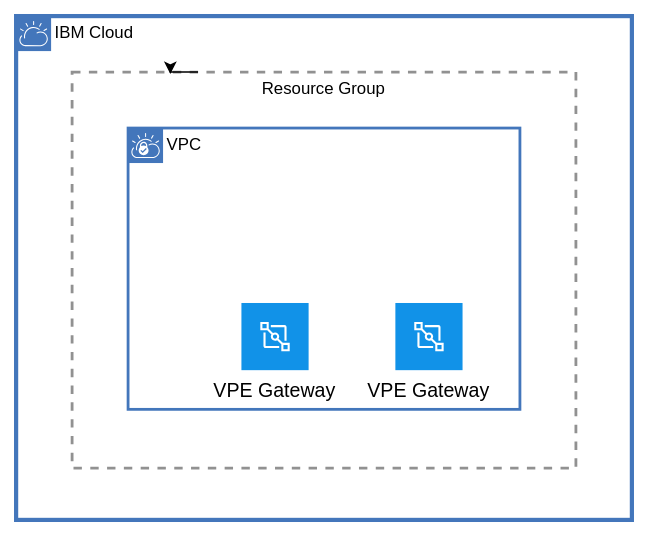
Before: reference-architecture/vpe-gateway.svg, a diagram exported from draw.io (terraform-ibm-modules/terraform-ibm-vpe-gateway). Source tidied: cells renumbered, new cells last; positions are measured from the earlier drawing's top-left corner, leaving out a move shared by most shapes.
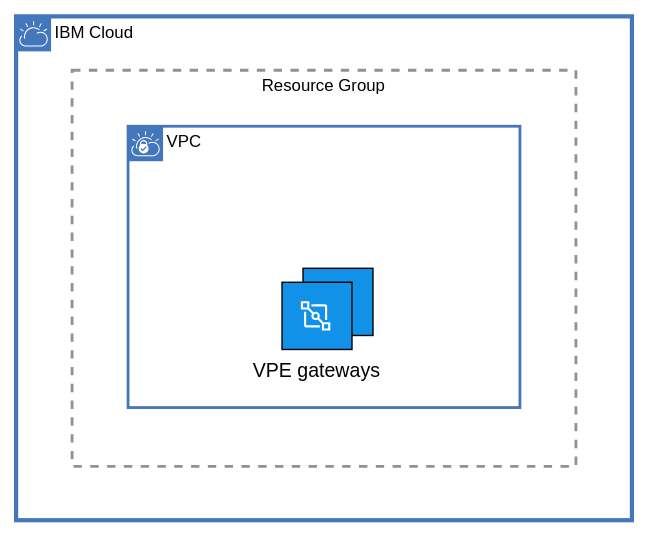
Above is the later version.

The edit, as a diff of the source:
```diff
@@ -1,4 +1,4 @@
-<mxGraphModel>
+<mxGraphModel background="#FFFFFF">
   <root>
     <mxCell id="0" />
     <mxCell id="1" parent="0" />
@@ -6,29 +6,32 @@
       <mxGeometry width="440" height="360" as="geometry" />
     </mxCell>
     <mxCell id="3" value="Resource Group" style="fontStyle=0;verticalAlign=top;align=center;spacingTop=-2;fillColor=none;rounded=0;whiteSpace=wrap;html=1;strokeColor=#919191;strokeWidth=2;dashed=1;" parent="2" vertex="1">
-      <mxGeometry x="40" y="40" width="360" height="283" as="geometry" />
+      <mxGeometry x="40" y="38.5" width="360" height="283" as="geometry" />
     </mxCell>
     <mxCell id="4" value="VPC" style="shape=mxgraph.ibm.box;prType=vpc;fontStyle=0;verticalAlign=top;align=left;spacingLeft=32;spacingTop=4;fillColor=none;rounded=0;whiteSpace=wrap;html=1;strokeColor=#4376BB;strokeWidth=2;dashed=0;spacing=-4;" parent="3" vertex="1">
       <mxGeometry x="40" y="40" width="280" height="201" as="geometry" />
     </mxCell>
+    <mxCell id="7" style="shape=rect;fillColor=#1192E8;labelPosition=center;verticalLabelPosition=bottom;align=center;verticalAlign=top;strokeColor=none;fontSize=14;" parent="4" vertex="1">
+      <mxGeometry x="125" y="101.5" width="50" height="48" as="geometry" />
+    </mxCell>
+    <mxCell id="8" style="fillColor=#ffffff;strokeColor=none;dashed=0;html=1;labelPosition=center;verticalLabelPosition=bottom;verticalAlign=top;shape=mxgraph.ibm_cloud.ibm-cloud--vpc-endpoints;" parent="7" vertex="1">
+      <mxGeometry width="24" height="24" relative="1" as="geometry">
+        <mxPoint x="12" y="12" as="offset" />
+      </mxGeometry>
+    </mxCell>
+    <mxCell id="10" style="rounded=0;whiteSpace=wrap;html=1;fillColor=none;" parent="7" vertex="1">
+      <mxGeometry width="50" height="48" as="geometry" />
+    </mxCell>
-    <mxCell id="5" value="VPE Gateway" style="shape=rect;fillColor=#1192E8;labelPosition=center;verticalLabelPosition=bottom;align=center;verticalAlign=top;strokeColor=none;fontSize=14;" parent="4" vertex="1">
-      <mxGeometry x="81" y="125" width="48" height="48" as="geometry" />
+    <mxCell id="5" value="VPE gateways" style="shape=rect;fillColor=#1192E8;labelPosition=center;verticalLabelPosition=bottom;align=center;verticalAlign=top;strokeColor=none;fontSize=14;" parent="4" vertex="1">
+      <mxGeometry x="110" y="111.5" width="50" height="48" as="geometry" />
     </mxCell>
     <mxCell id="6" style="fillColor=#ffffff;strokeColor=none;dashed=0;html=1;labelPosition=center;verticalLabelPosition=bottom;verticalAlign=top;shape=mxgraph.ibm_cloud.ibm-cloud--vpc-endpoints;" parent="5" vertex="1">
       <mxGeometry width="24" height="24" relative="1" as="geometry">
         <mxPoint x="12" y="12" as="offset" />
       </mxGeometry>
     </mxCell>
-    <mxCell id="7" value="VPE Gateway" style="shape=rect;fillColor=#1192E8;labelPosition=center;verticalLabelPosition=bottom;align=center;verticalAlign=top;strokeColor=none;fontSize=14;" parent="4" vertex="1">
-      <mxGeometry x="191" y="125" width="48" height="48" as="geometry" />
-    </mxCell>
-    <mxCell id="8" style="fillColor=#ffffff;strokeColor=none;dashed=0;html=1;labelPosition=center;verticalLabelPosition=bottom;verticalAlign=top;shape=mxgraph.ibm_cloud.ibm-cloud--vpc-endpoints;" parent="7" vertex="1">
-      <mxGeometry width="24" height="24" relative="1" as="geometry">
-        <mxPoint x="12" y="12" as="offset" />
-      </mxGeometry>
-    </mxCell>
-    <mxCell id="9" style="edgeStyle=orthogonalEdgeStyle;rounded=0;orthogonalLoop=1;jettySize=auto;html=1;exitX=0.25;exitY=0;exitDx=0;exitDy=0;entryX=0.195;entryY=0.005;entryDx=0;entryDy=0;entryPerimeter=0;" parent="2" edge="1" source="3" target="3">
-      <mxGeometry relative="1" as="geometry" />
-    </mxCell>
+    <mxCell id="11" style="rounded=0;whiteSpace=wrap;html=1;fillColor=none;" parent="5" vertex="1">
+      <mxGeometry width="50" height="48" as="geometry" />
+    </mxCell>
   </root>
 </mxGraphModel>
```
